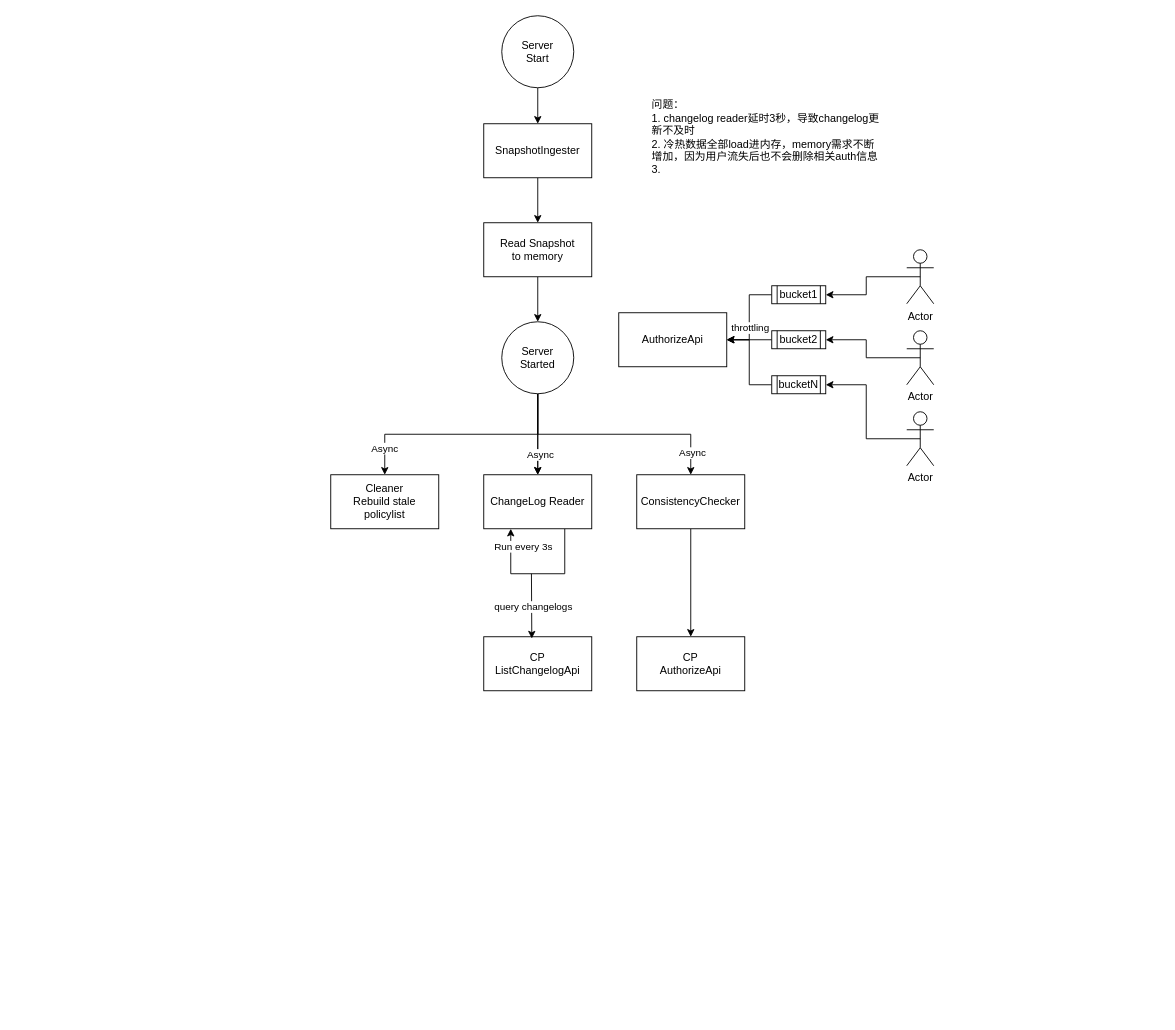
Above: Authz5-dp architecture.drawio in evagle/awesome (draw.io), before the change. Source tidied: cells renumbered, new cells numbered last; positions are measured from the earlier drawing's top-left corner, leaving out a move shared by most shapes. Both pictures are drawn from the tidied source at 90%, with x=0, y=0 at pixel (330, 15).
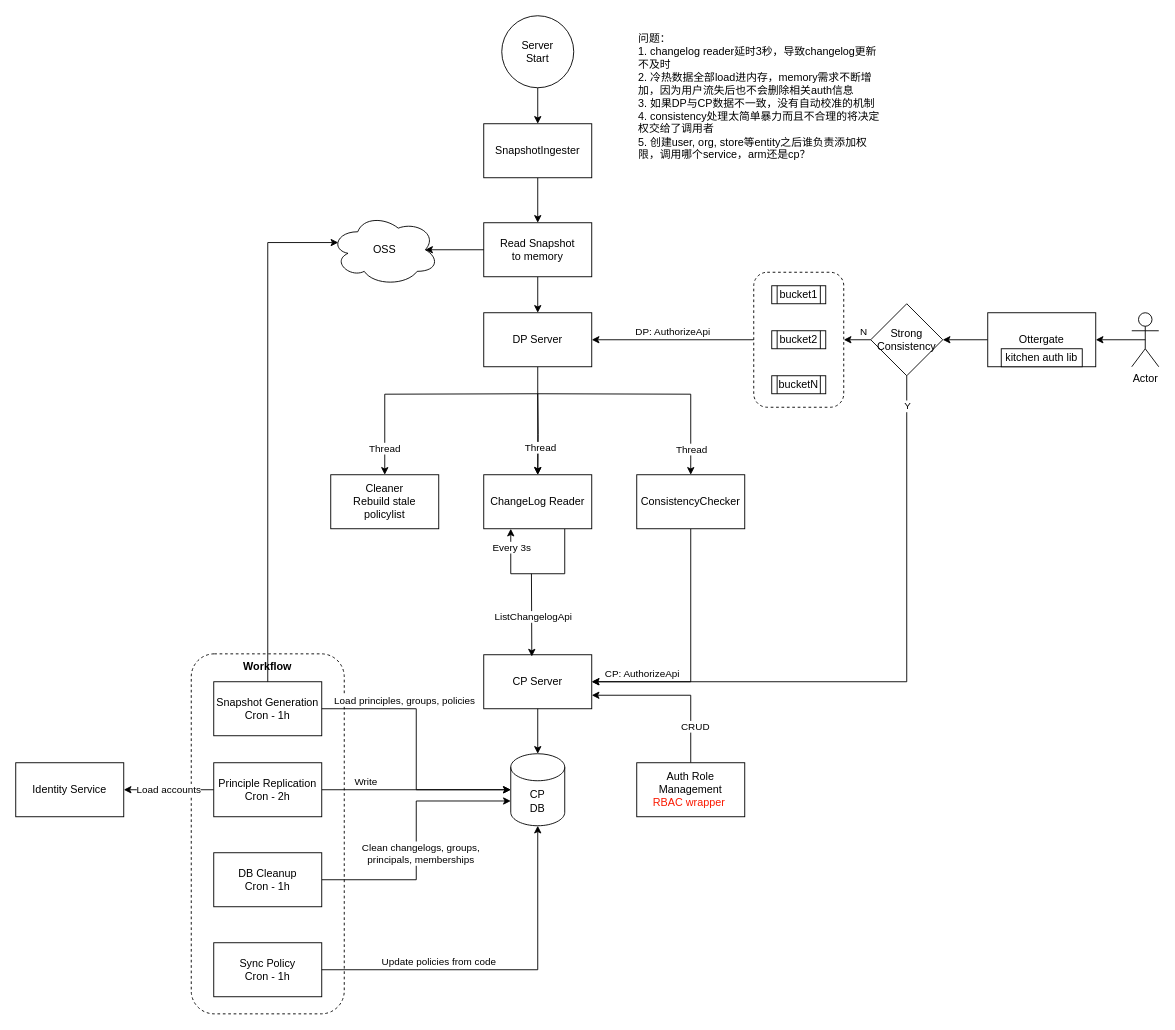
Above is the later version.

Unchanged cells that the change refers to:
```xml
<mxCell id="7" value="Read Snapshot&lt;br&gt;to memory" style="whiteSpace=wrap;html=1;" parent="1" vertex="1">
  <mxGeometry x="170" y="230" width="120" height="60" as="geometry" />
</mxCell>
<mxCell id="16" style="edgeStyle=orthogonalEdgeStyle;rounded=0;orthogonalLoop=1;jettySize=auto;html=1;exitX=0.75;exitY=1;exitDx=0;exitDy=0;entryX=0.25;entryY=1;entryDx=0;entryDy=0;" parent="1" edge="1" source="18" target="18">
  <mxGeometry relative="1" as="geometry">
    <Array as="points">
      <mxPoint x="260" y="620" />
      <mxPoint x="200" y="620" />
    </Array>
  </mxGeometry>
</mxCell>
<mxCell id="18" value="ChangeLog Reader" style="whiteSpace=wrap;html=1;" parent="1" vertex="1">
  <mxGeometry x="170" y="510" width="120" height="60" as="geometry" />
</mxCell>
<mxCell id="20" style="endArrow=classic;html=1;rounded=0;entryX=0.445;entryY=0.033;entryDx=0;entryDy=0;entryPerimeter=0;" parent="1" edge="1" target="19">
  <mxGeometry relative="1" as="geometry">
    <mxPoint x="223" y="620" as="sourcePoint" />
  </mxGeometry>
</mxCell>
<mxCell id="22" value="Cleaner&lt;br&gt;Rebuild stale policylist" style="rounded=0;whiteSpace=wrap;html=1;" parent="1" vertex="1">
  <mxGeometry y="510" width="120" height="60" as="geometry" />
</mxCell>
<mxCell id="24" value="ConsistencyChecker" style="whiteSpace=wrap;html=1;" parent="1" vertex="1">
  <mxGeometry x="340" y="510" width="120" height="60" as="geometry" />
</mxCell>
<mxCell id="32" value="bucket1" style="shape=process;whiteSpace=wrap;html=1;backgroundOutline=1;" parent="1" vertex="1">
  <mxGeometry x="490" y="300" width="60" height="20" as="geometry" />
</mxCell>
<mxCell id="34" value="bucket2" style="shape=process;whiteSpace=wrap;html=1;backgroundOutline=1;" parent="1" vertex="1">
  <mxGeometry x="490" y="350" width="60" height="20" as="geometry" />
</mxCell>
<mxCell id="36" value="bucketN" style="shape=process;whiteSpace=wrap;html=1;backgroundOutline=1;" parent="1" vertex="1">
  <mxGeometry x="490" y="400" width="60" height="20" as="geometry" />
</mxCell>
```

The edit, as a diff of the source:
```diff
@@
+    <mxCell id="41" style="rounded=1;whiteSpace=wrap;html=1;dashed=1;" parent="1" vertex="1">
+      <mxGeometry x="-155" y="709" width="170" height="400" as="geometry" />
+    </mxCell>
+    <mxCell id="42" style="edgeStyle=orthogonalEdgeStyle;rounded=0;jettySize=auto;html=1;exitX=0;exitY=0.5;exitDx=0;exitDy=0;entryX=1;entryY=0.5;entryDx=0;entryDy=0;" parent="1" edge="1" source="44" target="54">
+      <mxGeometry relative="1" as="geometry" />
+    </mxCell>
+    <mxCell id="43" value="DP: AuthorizeApi" style="edgeLabel;html=1;align=center;verticalAlign=middle;" parent="42" vertex="1">
+      <mxGeometry x="0.12" y="1" relative="1" as="geometry">
+        <mxPoint x="10" y="-11" as="offset" />
+      </mxGeometry>
+    </mxCell>
+    <mxCell id="44" style="rounded=1;whiteSpace=wrap;html=1;dashed=1;" parent="1" vertex="1">
+      <mxGeometry x="470" y="285" width="100" height="150" as="geometry" />
+    </mxCell>
@@
-    <mxCell id="6" style="edgeStyle=orthogonalEdgeStyle;rounded=0;jettySize=auto;html=1;" parent="1" edge="1" source="7" target="15">
-      <mxGeometry relative="1" as="geometry" />
-    </mxCell>
+    <mxCell id="45" style="edgeStyle=orthogonalEdgeStyle;rounded=0;jettySize=auto;html=1;" parent="1" edge="1" source="7" target="54">
+      <mxGeometry relative="1" as="geometry" />
+    </mxCell>
@@
-    <mxCell id="8" style="edgeStyle=orthogonalEdgeStyle;rounded=0;jettySize=auto;html=1;" parent="1" edge="1" source="15" target="18">
-      <mxGeometry relative="1" as="geometry" />
+    <mxCell id="8" style="edgeStyle=orthogonalEdgeStyle;rounded=0;jettySize=auto;html=1;" parent="1" edge="1" target="18">
+      <mxGeometry relative="1" as="geometry">
+        <mxPoint x="230" y="420" as="sourcePoint" />
+      </mxGeometry>
     </mxCell>
-    <mxCell id="9" style="edgeStyle=orthogonalEdgeStyle;rounded=0;jettySize=auto;html=1;" parent="1" edge="1" source="15" target="18">
+    <mxCell id="9" style="edgeStyle=orthogonalEdgeStyle;rounded=0;jettySize=auto;html=1;exitX=0.5;exitY=1;exitDx=0;exitDy=0;" parent="1" edge="1" source="54" target="18">
       <mxGeometry relative="1" as="geometry" />
     </mxCell>
-    <mxCell id="10" value="Async" style="edgeLabel;html=1;align=center;verticalAlign=middle;" parent="9" vertex="1">
+    <mxCell id="10" value="Thread" style="edgeLabel;html=1;align=center;verticalAlign=middle;" parent="9" vertex="1">
       <mxGeometry x="0.48" y="2" relative="1" as="geometry" />
     </mxCell>
-    <mxCell id="11" style="edgeStyle=orthogonalEdgeStyle;rounded=0;jettySize=auto;html=1;exitX=0.5;exitY=1;exitDx=0;exitDy=0;entryX=0.5;entryY=0;entryDx=0;entryDy=0;" parent="1" edge="1" source="15" target="22">
-      <mxGeometry relative="1" as="geometry" />
+    <mxCell id="11" style="edgeStyle=orthogonalEdgeStyle;rounded=0;jettySize=auto;html=1;exitX=0.5;exitY=1;exitDx=0;exitDy=0;entryX=0.5;entryY=0;entryDx=0;entryDy=0;" parent="1" edge="1" target="22">
+      <mxGeometry relative="1" as="geometry">
+        <mxPoint x="230" y="420" as="sourcePoint" />
+      </mxGeometry>
     </mxCell>
-    <mxCell id="12" value="Async" style="edgeLabel;html=1;align=center;verticalAlign=middle;" parent="11" vertex="1">
+    <mxCell id="12" value="Thread" style="edgeLabel;html=1;align=center;verticalAlign=middle;" parent="11" vertex="1">
       <mxGeometry x="0.77" y="-1" relative="1" as="geometry" />
     </mxCell>
-    <mxCell id="13" style="edgeStyle=orthogonalEdgeStyle;rounded=0;jettySize=auto;html=1;exitX=0.5;exitY=1;exitDx=0;exitDy=0;" parent="1" edge="1" source="15" target="24">
-      <mxGeometry relative="1" as="geometry" />
+    <mxCell id="13" style="edgeStyle=orthogonalEdgeStyle;rounded=0;jettySize=auto;html=1;exitX=0.5;exitY=1;exitDx=0;exitDy=0;" parent="1" edge="1" target="24">
+      <mxGeometry relative="1" as="geometry">
+        <mxPoint x="230" y="420" as="sourcePoint" />
+      </mxGeometry>
     </mxCell>
-    <mxCell id="14" value="Async" style="edgeLabel;html=1;align=center;verticalAlign=middle;" parent="13" vertex="1">
-      <mxGeometry x="0.81" y="1" relative="1" as="geometry" />
+    <mxCell id="14" value="Thread" style="edgeLabel;html=1;align=center;verticalAlign=middle;" parent="13" vertex="1">
+      <mxGeometry x="0.81" y="1" relative="1" as="geometry">
+        <mxPoint x="-1" y="-4" as="offset" />
+      </mxGeometry>
     </mxCell>
-    <mxCell id="15" value="Server&lt;br&gt;Started" style="ellipse;whiteSpace=wrap;html=1;" parent="1" vertex="1">
-      <mxGeometry x="190" y="340" width="80" height="80" as="geometry" />
-    </mxCell>
@@
-    <mxCell id="17" value="Run every 3s&lt;br&gt;" style="edgeLabel;html=1;align=center;verticalAlign=middle;" parent="16" vertex="1">
+    <mxCell id="17" value="Every 3s" style="edgeLabel;html=1;align=center;verticalAlign=middle;" parent="16" vertex="1">
       <mxGeometry x="0.05" y="3" relative="1" as="geometry">
-        <mxPoint x="-13" y="-34" as="offset" />
+        <mxPoint x="-26" y="-33" as="offset" />
       </mxGeometry>
     </mxCell>
@@
-    <mxCell id="19" value="CP&lt;br&gt;ListChangelogApi" style="whiteSpace=wrap;html=1;" parent="1" vertex="1">
-      <mxGeometry x="170" y="690" width="120" height="60" as="geometry" />
+    <mxCell id="19" value="CP Server" style="whiteSpace=wrap;html=1;" parent="1" vertex="1">
+      <mxGeometry x="170" y="710" width="120" height="60" as="geometry" />
     </mxCell>
@@
-    <mxCell id="21" value="query changelogs" style="edgeLabel;html=1;align=center;verticalAlign=middle;" parent="20" vertex="1">
+    <mxCell id="21" value="ListChangelogApi" style="edgeLabel;html=1;align=center;verticalAlign=middle;" parent="20" vertex="1">
       <mxGeometry x="0.04" y="1" relative="1" as="geometry" />
     </mxCell>
@@
-    <mxCell id="23" style="edgeStyle=orthogonalEdgeStyle;rounded=0;jettySize=auto;html=1;exitX=0.5;exitY=1;exitDx=0;exitDy=0;" parent="1" edge="1" source="24" target="25">
-      <mxGeometry relative="1" as="geometry" />
-    </mxCell>
+    <mxCell id="46" style="edgeStyle=orthogonalEdgeStyle;rounded=0;jettySize=auto;html=1;exitX=0.5;exitY=1;exitDx=0;exitDy=0;" parent="1" edge="1" source="24">
+      <mxGeometry relative="1" as="geometry">
+        <mxPoint x="290" y="740" as="targetPoint" />
+        <Array as="points">
+          <mxPoint x="400" y="740" />
+          <mxPoint x="290" y="740" />
+        </Array>
+      </mxGeometry>
+    </mxCell>
+    <mxCell id="47" value="CP: AuthorizeApi" style="edgeLabel;html=1;align=center;verticalAlign=middle;" parent="46" vertex="1">
+      <mxGeometry x="0.61" y="-3" relative="1" as="geometry">
+        <mxPoint y="-7" as="offset" />
+      </mxGeometry>
+    </mxCell>
@@
-    <mxCell id="25" value="CP&lt;br&gt;AuthorizeApi" style="whiteSpace=wrap;html=1;" parent="1" vertex="1">
-      <mxGeometry x="340" y="690" width="120" height="60" as="geometry" />
-    </mxCell>
-    <mxCell id="26" value="&lt;div style=&quot;&quot;&gt;&lt;span style=&quot;background-color: initial;&quot;&gt;问题：&lt;/span&gt;&lt;/div&gt;&lt;div style=&quot;&quot;&gt;&lt;span style=&quot;background-color: initial;&quot;&gt;1. changelog reader延时3秒，导致changelog更新不及时&lt;/span&gt;&lt;/div&gt;&lt;div style=&quot;&quot;&gt;&lt;span style=&quot;background-color: initial;&quot;&gt;2. 冷热数据全部load进内存，memory需求不断增加，因为用户流失后也不会删除相关auth信息&lt;/span&gt;&lt;/div&gt;&lt;div style=&quot;&quot;&gt;&lt;span style=&quot;background-color: initial;&quot;&gt;3.&amp;nbsp;&lt;/span&gt;&lt;/div&gt;" style="text;html=1;strokeColor=none;fillColor=none;align=left;verticalAlign=middle;whiteSpace=wrap;rounded=0;" parent="1" vertex="1">
-      <mxGeometry x="355" y="90" width="255" height="90" as="geometry" />
+    <mxCell id="26" value="&lt;div style=&quot;&quot;&gt;&lt;span style=&quot;background-color: initial;&quot;&gt;问题：&lt;/span&gt;&lt;/div&gt;&lt;div style=&quot;&quot;&gt;&lt;span style=&quot;background-color: initial;&quot;&gt;1. changelog reader延时3秒，导致changelog更新不及时&lt;/span&gt;&lt;/div&gt;&lt;div style=&quot;&quot;&gt;&lt;span style=&quot;background-color: initial;&quot;&gt;2. 冷热数据全部load进内存，memory需求不断增加，因为用户流失后也不会删除相关auth信息&lt;/span&gt;&lt;/div&gt;&lt;div style=&quot;&quot;&gt;&lt;span style=&quot;background-color: initial;&quot;&gt;3. 如果DP与CP数据不一致，没有自动校准的机制&lt;/span&gt;&lt;/div&gt;&lt;div style=&quot;&quot;&gt;&lt;span style=&quot;background-color: initial;&quot;&gt;4. consistency处理太简单暴力而且不合理的将决定权交给了调用者&lt;br&gt;5. 创建user, org, store等entity之后谁负责添加权限，调用哪个service，arm还是cp？&lt;/span&gt;&lt;/div&gt;" style="text;html=1;strokeColor=none;fillColor=none;align=left;verticalAlign=middle;whiteSpace=wrap;rounded=0;" parent="1" vertex="1">
+      <mxGeometry x="340" y="10" width="275" height="160" as="geometry" />
     </mxCell>
-    <mxCell id="27" style="edgeStyle=orthogonalEdgeStyle;rounded=0;jettySize=auto;html=1;exitX=0.5;exitY=0.5;exitDx=0;exitDy=0;exitPerimeter=0;entryX=1;entryY=0.5;entryDx=0;entryDy=0;" parent="1" edge="1" source="28" target="32">
-      <mxGeometry relative="1" as="geometry" />
-    </mxCell>
-    <mxCell id="28" value="Actor" style="shape=umlActor;verticalLabelPosition=bottom;verticalAlign=top;html=1;outlineConnect=0;" parent="1" vertex="1">
-      <mxGeometry x="640" y="260" width="30" height="60" as="geometry" />
-    </mxCell>
-    <mxCell id="29" value="AuthorizeApi" style="rounded=0;whiteSpace=wrap;html=1;" parent="1" vertex="1">
-      <mxGeometry x="320" y="330" width="120" height="60" as="geometry" />
-    </mxCell>
-    <mxCell id="30" style="edgeStyle=orthogonalEdgeStyle;rounded=0;jettySize=auto;html=1;exitX=0;exitY=0.5;exitDx=0;exitDy=0;entryX=1;entryY=0.5;entryDx=0;entryDy=0;" parent="1" edge="1" source="32" target="29">
-      <mxGeometry relative="1" as="geometry" />
-    </mxCell>
-    <mxCell id="31" value="throttling" style="edgeLabel;html=1;align=center;verticalAlign=middle;" parent="30" vertex="1">
-      <mxGeometry x="0.21" relative="1" as="geometry" />
-    </mxCell>
@@
-    <mxCell id="33" style="edgeStyle=orthogonalEdgeStyle;rounded=0;jettySize=auto;html=1;exitX=0;exitY=0.5;exitDx=0;exitDy=0;" parent="1" edge="1" source="34">
-      <mxGeometry relative="1" as="geometry">
-        <mxPoint x="440" y="360" as="targetPoint" />
-      </mxGeometry>
-    </mxCell>
@@
-    <mxCell id="35" style="edgeStyle=orthogonalEdgeStyle;rounded=0;jettySize=auto;html=1;exitX=0;exitY=0.5;exitDx=0;exitDy=0;entryX=1;entryY=0.5;entryDx=0;entryDy=0;" parent="1" edge="1" source="36" target="29">
-      <mxGeometry relative="1" as="geometry" />
-    </mxCell>
@@
-    <mxCell id="37" style="edgeStyle=orthogonalEdgeStyle;rounded=0;jettySize=auto;html=1;exitX=0.5;exitY=0.5;exitDx=0;exitDy=0;exitPerimeter=0;entryX=1;entryY=0.5;entryDx=0;entryDy=0;" parent="1" edge="1" source="38" target="34">
-      <mxGeometry relative="1" as="geometry" />
-    </mxCell>
+    <mxCell id="48" style="edgeStyle=orthogonalEdgeStyle;rounded=0;jettySize=auto;html=1;exitX=0.5;exitY=0.5;exitDx=0;exitDy=0;exitPerimeter=0;entryX=1;entryY=0.5;entryDx=0;entryDy=0;" parent="1" edge="1" source="38" target="79">
+      <mxGeometry relative="1" as="geometry" />
+    </mxCell>
     <mxCell id="38" value="Actor" style="shape=umlActor;verticalLabelPosition=bottom;verticalAlign=top;html=1;outlineConnect=0;" parent="1" vertex="1">
-      <mxGeometry x="640" y="350" width="30" height="60" as="geometry" />
+      <mxGeometry x="890" y="330" width="30" height="60" as="geometry" />
     </mxCell>
-    <mxCell id="39" style="edgeStyle=orthogonalEdgeStyle;rounded=0;jettySize=auto;html=1;exitX=0.5;exitY=0.5;exitDx=0;exitDy=0;exitPerimeter=0;entryX=1;entryY=0.5;entryDx=0;entryDy=0;" parent="1" edge="1" source="40" target="36">
-      <mxGeometry relative="1" as="geometry" />
-    </mxCell>
-    <mxCell id="40" value="Actor" style="shape=umlActor;verticalLabelPosition=bottom;verticalAlign=top;html=1;outlineConnect=0;" parent="1" vertex="1">
-      <mxGeometry x="640" y="440" width="30" height="60" as="geometry" />
-    </mxCell>
+    <mxCell id="49" style="edgeStyle=orthogonalEdgeStyle;rounded=0;jettySize=auto;html=1;exitX=0.5;exitY=1;exitDx=0;exitDy=0;entryX=1;entryY=0.5;entryDx=0;entryDy=0;" parent="1" edge="1" source="53" target="19">
+      <mxGeometry relative="1" as="geometry" />
+    </mxCell>
+    <mxCell id="50" value="Y" style="edgeLabel;html=1;align=center;verticalAlign=middle;" parent="49" vertex="1">
+      <mxGeometry x="-0.79" y="-1" relative="1" as="geometry">
+        <mxPoint x="1" y="-39" as="offset" />
+      </mxGeometry>
+    </mxCell>
+    <mxCell id="51" style="edgeStyle=orthogonalEdgeStyle;rounded=0;jettySize=auto;html=1;exitX=0;exitY=0.5;exitDx=0;exitDy=0;entryX=1;entryY=0.5;entryDx=0;entryDy=0;" parent="1" edge="1" source="53" target="44">
+      <mxGeometry relative="1" as="geometry" />
+    </mxCell>
+    <mxCell id="52" value="N" style="edgeLabel;html=1;align=center;verticalAlign=middle;" parent="51" vertex="1">
+      <mxGeometry x="0.17" relative="1" as="geometry">
+        <mxPoint x="9" y="-10" as="offset" />
+      </mxGeometry>
+    </mxCell>
+    <mxCell id="53" value="Strong&lt;br&gt;Consistency" style="rhombus;whiteSpace=wrap;html=1;" parent="1" vertex="1">
+      <mxGeometry x="600" y="320" width="80" height="80" as="geometry" />
+    </mxCell>
+    <mxCell id="54" value="DP Server" style="whiteSpace=wrap;html=1;" parent="1" vertex="1">
+      <mxGeometry x="170" y="330" width="120" height="60" as="geometry" />
+    </mxCell>
+    <mxCell id="55" value="OSS" style="ellipse;shape=cloud;whiteSpace=wrap;html=1;" parent="1" vertex="1">
+      <mxGeometry y="220" width="120" height="80" as="geometry" />
+    </mxCell>
+    <mxCell id="56" style="edgeStyle=orthogonalEdgeStyle;rounded=0;jettySize=auto;html=1;exitX=0;exitY=0.5;exitDx=0;exitDy=0;entryX=0.875;entryY=0.5;entryDx=0;entryDy=0;entryPerimeter=0;" parent="1" edge="1" source="7" target="55">
+      <mxGeometry relative="1" as="geometry" />
+    </mxCell>
+    <mxCell id="57" value="CP&lt;br&gt;DB" style="shape=cylinder3;whiteSpace=wrap;html=1;boundedLbl=1;backgroundOutline=1;size=15;" parent="1" vertex="1">
+      <mxGeometry x="200" y="820" width="60" height="80" as="geometry" />
+    </mxCell>
+    <mxCell id="58" value="Snapshot Generation Cron - 1h" style="rounded=0;whiteSpace=wrap;html=1;" parent="1" vertex="1">
+      <mxGeometry x="-130" y="740" width="120" height="60" as="geometry" />
+    </mxCell>
+    <mxCell id="59" style="edgeStyle=orthogonalEdgeStyle;rounded=0;jettySize=auto;html=1;exitX=1;exitY=0.5;exitDx=0;exitDy=0;entryX=0;entryY=0.5;entryDx=0;entryDy=0;entryPerimeter=0;" parent="1" edge="1" source="58" target="57">
+      <mxGeometry relative="1" as="geometry" />
+    </mxCell>
+    <mxCell id="60" value="Load principles, groups, policies" style="edgeLabel;html=1;align=center;verticalAlign=middle;" parent="59" vertex="1">
+      <mxGeometry x="-0.6" y="5" relative="1" as="geometry">
+        <mxPoint x="31" y="-5" as="offset" />
+      </mxGeometry>
+    </mxCell>
+    <mxCell id="61" style="edgeStyle=orthogonalEdgeStyle;rounded=0;jettySize=auto;html=1;exitX=0.5;exitY=0;exitDx=0;exitDy=0;entryX=0.07;entryY=0.4;entryDx=0;entryDy=0;entryPerimeter=0;" parent="1" edge="1" source="58" target="55">
+      <mxGeometry relative="1" as="geometry">
+        <Array as="points">
+          <mxPoint x="-70" y="252" />
+        </Array>
+      </mxGeometry>
+    </mxCell>
+    <mxCell id="62" value="Load accounts" style="edgeStyle=orthogonalEdgeStyle;rounded=0;jettySize=auto;html=1;exitX=0;exitY=0.5;exitDx=0;exitDy=0;" parent="1" edge="1" source="65" target="66">
+      <mxGeometry relative="1" as="geometry" />
+    </mxCell>
+    <mxCell id="63" style="edgeStyle=orthogonalEdgeStyle;rounded=0;jettySize=auto;html=1;exitX=1;exitY=0.5;exitDx=0;exitDy=0;" parent="1" edge="1" source="65" target="57">
+      <mxGeometry relative="1" as="geometry" />
+    </mxCell>
+    <mxCell id="64" value="Write" style="edgeLabel;html=1;align=center;verticalAlign=middle;" parent="63" vertex="1">
+      <mxGeometry x="-0.49" y="-4" relative="1" as="geometry">
+        <mxPoint x="-6" y="-14" as="offset" />
+      </mxGeometry>
+    </mxCell>
+    <mxCell id="65" value="Principle Replication&lt;br&gt;Cron - 2h" style="rounded=0;whiteSpace=wrap;html=1;" parent="1" vertex="1">
+      <mxGeometry x="-130" y="830" width="120" height="60" as="geometry" />
+    </mxCell>
+    <mxCell id="66" value="Identity Service" style="rounded=0;whiteSpace=wrap;html=1;" parent="1" vertex="1">
+      <mxGeometry x="-350" y="830" width="120" height="60" as="geometry" />
+    </mxCell>
+    <mxCell id="67" style="edgeStyle=orthogonalEdgeStyle;rounded=0;jettySize=auto;html=1;exitX=1;exitY=0.5;exitDx=0;exitDy=0;entryX=0;entryY=0;entryDx=0;entryDy=52.5;entryPerimeter=0;" parent="1" edge="1" source="69" target="57">
+      <mxGeometry relative="1" as="geometry" />
+    </mxCell>
+    <mxCell id="68" value="Clean changelogs, groups,&lt;br&gt;principals, memberships" style="edgeLabel;html=1;align=center;verticalAlign=middle;" parent="67" vertex="1">
+      <mxGeometry x="-0.59" y="2" relative="1" as="geometry">
+        <mxPoint x="48" y="-28" as="offset" />
+      </mxGeometry>
+    </mxCell>
+    <mxCell id="69" value="DB Cleanup&lt;br&gt;Cron - 1h" style="rounded=0;whiteSpace=wrap;html=1;" parent="1" vertex="1">
+      <mxGeometry x="-130" y="930" width="120" height="60" as="geometry" />
+    </mxCell>
+    <mxCell id="70" value="Sync Policy&lt;br&gt;Cron - 1h" style="rounded=0;whiteSpace=wrap;html=1;" parent="1" vertex="1">
+      <mxGeometry x="-130" y="1030" width="120" height="60" as="geometry" />
+    </mxCell>
+    <mxCell id="71" style="edgeStyle=orthogonalEdgeStyle;rounded=0;jettySize=auto;html=1;exitX=1;exitY=0.5;exitDx=0;exitDy=0;entryX=0.5;entryY=1;entryDx=0;entryDy=0;entryPerimeter=0;" parent="1" edge="1" source="70" target="57">
+      <mxGeometry relative="1" as="geometry" />
+    </mxCell>
+    <mxCell id="72" value="Update policies from code" style="edgeLabel;html=1;align=center;verticalAlign=middle;" parent="71" vertex="1">
+      <mxGeometry x="-0.07" relative="1" as="geometry">
+        <mxPoint x="-57" y="-10" as="offset" />
+      </mxGeometry>
+    </mxCell>
+    <mxCell id="73" style="edgeStyle=orthogonalEdgeStyle;rounded=0;jettySize=auto;html=1;exitX=0.5;exitY=1;exitDx=0;exitDy=0;entryX=0.5;entryY=0;entryDx=0;entryDy=0;entryPerimeter=0;" parent="1" edge="1" source="19" target="57">
+      <mxGeometry relative="1" as="geometry" />
+    </mxCell>
+    <mxCell id="74" value="&lt;b&gt;Workflow&lt;/b&gt;" style="text;html=1;strokeColor=none;fillColor=none;align=center;verticalAlign=middle;whiteSpace=wrap;rounded=0;" parent="1" vertex="1">
+      <mxGeometry x="-100" y="709" width="60" height="30" as="geometry" />
+    </mxCell>
+    <mxCell id="75" style="edgeStyle=orthogonalEdgeStyle;rounded=0;jettySize=auto;html=1;exitX=0.5;exitY=0;exitDx=0;exitDy=0;entryX=1;entryY=0.75;entryDx=0;entryDy=0;" parent="1" edge="1" source="77" target="19">
+      <mxGeometry relative="1" as="geometry" />
+    </mxCell>
+    <mxCell id="76" value="CRUD" style="edgeLabel;html=1;align=center;verticalAlign=middle;" parent="75" vertex="1">
+      <mxGeometry x="-0.56" y="-4" relative="1" as="geometry" />
+    </mxCell>
+    <mxCell id="77" value="Auth Role Management&lt;br&gt;&lt;font color=&quot;#fa1900&quot;&gt;RBAC wrapper&lt;/font&gt;&amp;nbsp;" style="rounded=0;whiteSpace=wrap;html=1;" parent="1" vertex="1">
+      <mxGeometry x="340" y="830" width="120" height="60" as="geometry" />
+    </mxCell>
+    <mxCell id="78" style="edgeStyle=orthogonalEdgeStyle;rounded=0;jettySize=auto;html=1;exitX=0;exitY=0.5;exitDx=0;exitDy=0;entryX=1;entryY=0.5;entryDx=0;entryDy=0;" parent="1" edge="1" source="79" target="53">
+      <mxGeometry relative="1" as="geometry" />
+    </mxCell>
+    <mxCell id="79" value="Ottergate" style="rounded=0;whiteSpace=wrap;html=1;" parent="1" vertex="1">
+      <mxGeometry x="730" y="330" width="120" height="60" as="geometry" />
+    </mxCell>
+    <mxCell id="80" value="kitchen auth lib" style="rounded=0;whiteSpace=wrap;html=1;" parent="1" vertex="1">
+      <mxGeometry x="745" y="370" width="90" height="20" as="geometry" />
+    </mxCell>
```
